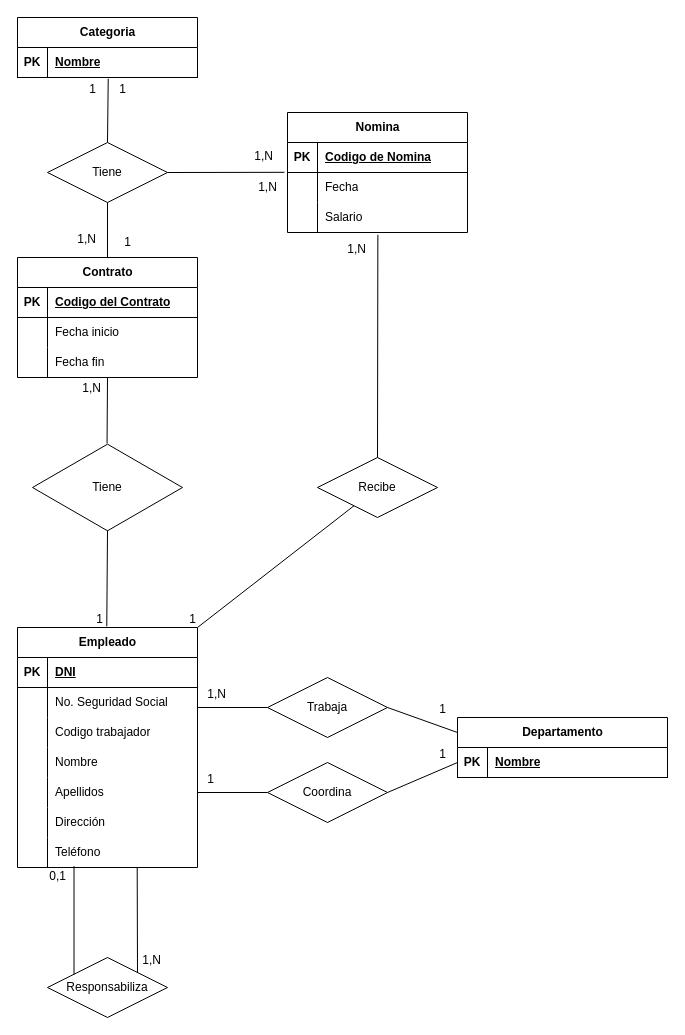
This is Ejercicio_7_Organigrama.drawio from BasementHalfStackDev/ejercicios-ud12, a draw.io file, before an edit. Source tidied: cells renumbered, new cells numbered last; positions are measured from the earlier drawing's top-left corner, leaving out a move shared by most shapes. Both pictures are drawn from the tidied source at 100%, with x=0, y=0 at pixel (17, 17).
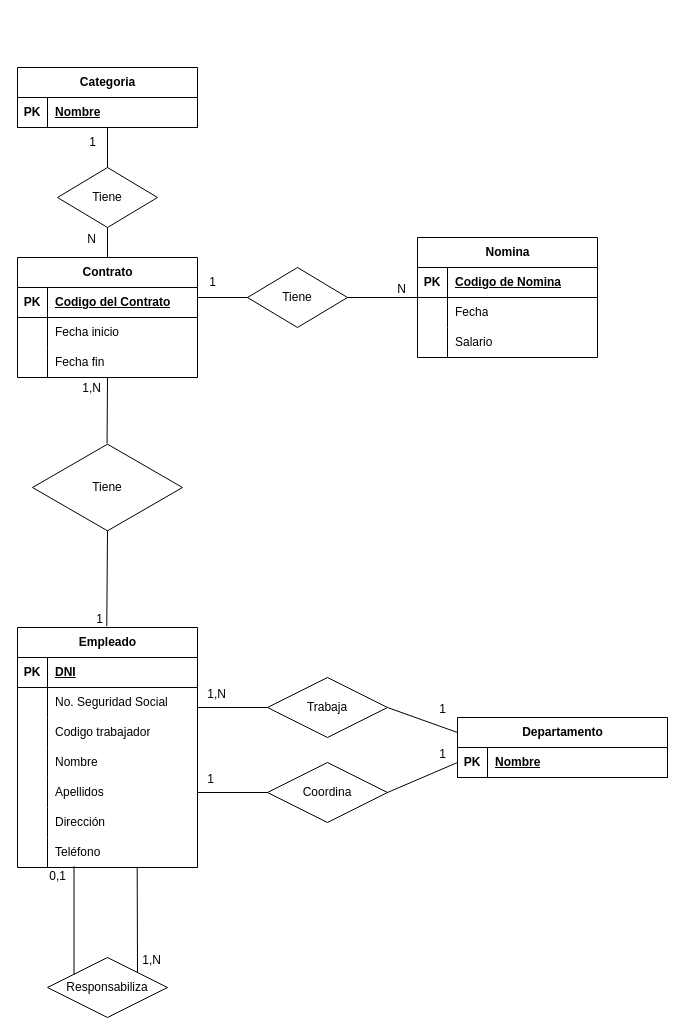
After the change.

Unchanged cells that the change refers to:
```xml
<mxCell id="2" value="Empleado" style="shape=table;startSize=30;childLayout=tableLayout;rowLines=0;fontStyle=1;align=center;html=1;" parent="1" vertex="1">
  <mxGeometry y="610" width="180" height="240" as="geometry" />
</mxCell>
<mxCell id="28" value="Contrato" style="shape=table;startSize=30;childLayout=tableLayout;rowLines=0;fontStyle=1;align=center;html=1;" parent="1" vertex="1">
  <mxGeometry y="240" width="180" height="120" as="geometry" />
</mxCell>
<mxCell id="54" style="shape=tableRow;horizontal=0;startSize=0;swimlaneHead=0;swimlaneBody=0;fillColor=none;points=[[0,0.5],[1,0.5]];portConstraint=eastwest;top=0;left=0;right=0;bottom=1;" parent="53" vertex="1">
  <mxGeometry y="30" width="180" height="30" as="geometry" />
</mxCell>
<mxCell id="63" style="shape=tableRow;horizontal=0;startSize=0;swimlaneHead=0;swimlaneBody=0;fillColor=none;points=[[0,0.5],[1,0.5]];portConstraint=eastwest;top=0;left=0;right=0;bottom=0;" parent="59" vertex="1">
  <mxGeometry y="60" width="180" height="30" as="geometry" />
</mxCell>
<mxCell id="66" style="shape=tableRow;horizontal=0;startSize=0;swimlaneHead=0;swimlaneBody=0;fillColor=none;points=[[0,0.5],[1,0.5]];portConstraint=eastwest;top=0;left=0;right=0;bottom=0;" parent="59" vertex="1">
  <mxGeometry y="90" width="180" height="30" as="geometry" />
</mxCell>
```

What changed in the source:
```diff
@@
     <mxCell id="53" value="Categoria" style="shape=table;startSize=30;childLayout=tableLayout;rowLines=0;fontStyle=1;align=center;html=1;" parent="1" vertex="1">
-      <mxGeometry width="180" height="60" as="geometry" />
+      <mxGeometry y="50" width="180" height="60" as="geometry" />
     </mxCell>
@@
-    <mxCell id="58" value="Tiene" style="shape=rhombus;perimeter=rhombusPerimeter;whiteSpace=wrap;html=1;align=center;" parent="1" vertex="1">
-      <mxGeometry x="30" y="125" width="120" height="60" as="geometry" />
-    </mxCell>
     <mxCell id="59" value="Nomina" style="shape=table;startSize=30;childLayout=tableLayout;rowLines=0;fontStyle=1;align=center;html=1;" parent="1" vertex="1">
-      <mxGeometry x="270" y="95" width="180" height="120" as="geometry" />
+      <mxGeometry x="400" y="220" width="180" height="120" as="geometry" />
     </mxCell>
@@
-    <mxCell id="69" value="Recibe" style="shape=rhombus;perimeter=rhombusPerimeter;whiteSpace=wrap;html=1;align=center;" parent="1" vertex="1">
-      <mxGeometry x="300" y="440" width="120" height="60" as="geometry" />
-    </mxCell>
@@
-    <mxCell id="74" style="endArrow=none;html=1;rounded=0;entryX=0.504;entryY=1.041;entryDx=0;entryDy=0;entryPerimeter=0;exitX=0.5;exitY=0;exitDx=0;exitDy=0;" parent="1" edge="1" source="58" target="54">
-      <mxGeometry relative="1" as="geometry" />
-    </mxCell>
-    <mxCell id="75" value="1" style="html=1;whiteSpace=wrap;align=right;verticalAlign=bottom;" parent="74" vertex="1">
-      <mxGeometry x="1" relative="1" as="geometry">
-        <mxPoint x="-11" y="19" as="offset" />
-      </mxGeometry>
-    </mxCell>
-    <mxCell id="76" style="endArrow=none;html=1;rounded=0;entryX=0.5;entryY=0;entryDx=0;entryDy=0;exitX=0.5;exitY=1;exitDx=0;exitDy=0;" parent="1" edge="1" source="58" target="28">
+    <mxCell id="76" style="endArrow=none;html=1;rounded=0;entryX=0.5;entryY=0;entryDx=0;entryDy=0;" parent="1" edge="1" source="90" target="28">
       <mxGeometry relative="1" as="geometry" />
     </mxCell>
-    <mxCell id="77" value="1,N" style="html=1;whiteSpace=wrap;align=right;verticalAlign=bottom;" parent="76" vertex="1">
+    <mxCell id="77" value="N" style="html=1;whiteSpace=wrap;align=right;verticalAlign=bottom;" parent="76" vertex="1">
       <mxGeometry x="1" relative="1" as="geometry">
         <mxPoint x="-10" y="-10" as="offset" />
       </mxGeometry>
     </mxCell>
-    <mxCell id="78" style="endArrow=none;html=1;rounded=0;entryX=0.502;entryY=1.079;entryDx=0;entryDy=0;entryPerimeter=0;exitX=0.5;exitY=0;exitDx=0;exitDy=0;" parent="1" edge="1" source="69" target="66">
-      <mxGeometry relative="1" as="geometry" />
-    </mxCell>
-    <mxCell id="79" value="1,N" style="html=1;whiteSpace=wrap;align=right;verticalAlign=bottom;" parent="78" vertex="1">
-      <mxGeometry x="1" relative="1" as="geometry">
-        <mxPoint x="-10" y="23" as="offset" />
-      </mxGeometry>
-    </mxCell>
-    <mxCell id="80" style="endArrow=none;html=1;rounded=0;entryX=1;entryY=0;entryDx=0;entryDy=0;" parent="1" edge="1" source="69" target="2">
-      <mxGeometry relative="1" as="geometry" />
-    </mxCell>
-    <mxCell id="81" value="1" style="html=1;whiteSpace=wrap;align=right;verticalAlign=bottom;" parent="80" vertex="1">
-      <mxGeometry x="1" relative="1" as="geometry" />
-    </mxCell>
-    <mxCell id="82" style="endArrow=none;html=1;rounded=0;entryX=-0.017;entryY=-0.006;entryDx=0;entryDy=0;exitX=1;exitY=0.5;exitDx=0;exitDy=0;entryPerimeter=0;" parent="1" edge="1" source="58" target="63">
-      <mxGeometry relative="1" as="geometry" />
+    <mxCell id="82" style="endArrow=none;html=1;rounded=0;" parent="1" edge="1" target="59">
+      <mxGeometry relative="1" as="geometry">
+        <mxPoint x="180" y="280" as="sourcePoint" />
+      </mxGeometry>
     </mxCell>
-    <mxCell id="83" value="1,N" style="html=1;whiteSpace=wrap;align=right;verticalAlign=bottom;" parent="82" vertex="1">
+    <mxCell id="83" value="N" style="html=1;whiteSpace=wrap;align=right;verticalAlign=bottom;" parent="82" vertex="1">
       <mxGeometry x="1" relative="1" as="geometry">
-        <mxPoint x="-10" y="-8" as="offset" />
+        <mxPoint x="-10" as="offset" />
       </mxGeometry>
     </mxCell>
-    <mxCell id="84" value="1" style="html=1;whiteSpace=wrap;align=right;verticalAlign=bottom;" parent="1" vertex="1">
-      <mxGeometry x="110" y="80" as="geometry" />
+    <mxCell id="84" style="html=1;whiteSpace=wrap;align=right;verticalAlign=bottom;" parent="1" vertex="1">
+      <mxGeometry x="110" y="80" as="geometry">
+        <mxPoint x="25" y="121" as="offset" />
+      </mxGeometry>
     </mxCell>
-    <mxCell id="85" value="1,N" style="text;html=1;align=center;verticalAlign=middle;strokeColor=none;fillColor=none;" parent="1" vertex="1">
-      <mxGeometry x="230" y="155" width="40" height="30" as="geometry" />
-    </mxCell>
     <mxCell id="86" value="1" style="text;html=1;align=center;verticalAlign=middle;strokeColor=none;fillColor=none;" parent="1" vertex="1">
-      <mxGeometry x="95" y="210" width="30" height="30" as="geometry" />
+      <mxGeometry x="180" y="250" width="30" height="30" as="geometry" />
     </mxCell>
+    <mxCell id="87" value="1" style="text;html=1;align=center;verticalAlign=middle;strokeColor=none;fillColor=none;" parent="1" vertex="1">
+      <mxGeometry x="60" y="110" width="30" height="30" as="geometry" />
+    </mxCell>
+    <mxCell id="88" value="Tiene" style="shape=rhombus;perimeter=rhombusPerimeter;whiteSpace=wrap;html=1;align=center;" parent="1" vertex="1">
+      <mxGeometry x="230" y="250" width="100" height="60" as="geometry" />
+    </mxCell>
+    <mxCell id="89" style="endArrow=none;html=1;rounded=0;entryX=0.5;entryY=0;entryDx=0;entryDy=0;" parent="1" edge="1" source="53" target="90">
+      <mxGeometry relative="1" as="geometry" />
+    </mxCell>
+    <mxCell id="90" value="Tiene" style="shape=rhombus;perimeter=rhombusPerimeter;whiteSpace=wrap;html=1;align=center;" parent="1" vertex="1">
+      <mxGeometry x="40" y="150" width="100" height="60" as="geometry" />
+    </mxCell>
```
